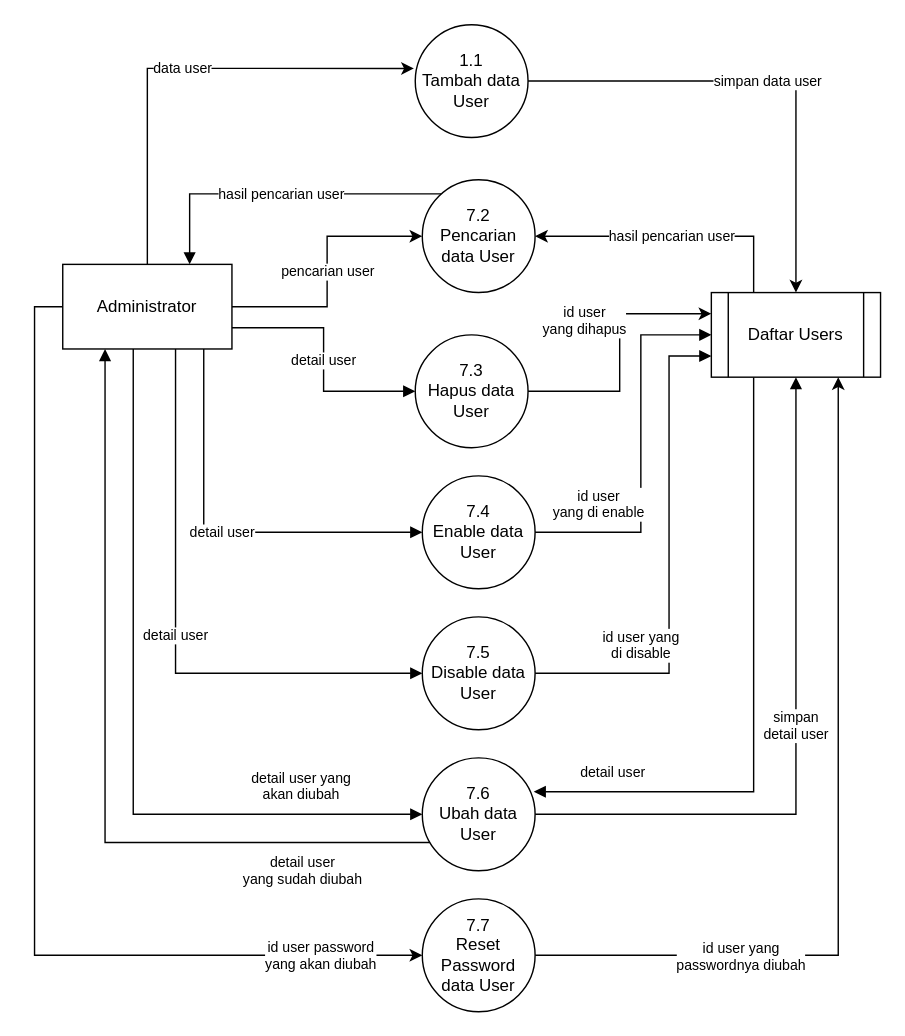
This is page "DFD lv.2 7.0" (12 of 26) of Kerjaan 2022/ERD.drawio from Mithaau/Kerjaan-2022, a draw.io file, before an edit. Source tidied: cells renumbered, new cells numbered last; positions are measured from the earlier drawing's top-left corner, leaving out a move shared by most shapes. Both pictures are drawn from the tidied source at 141%, with x=0, y=0 at pixel (34, 24).
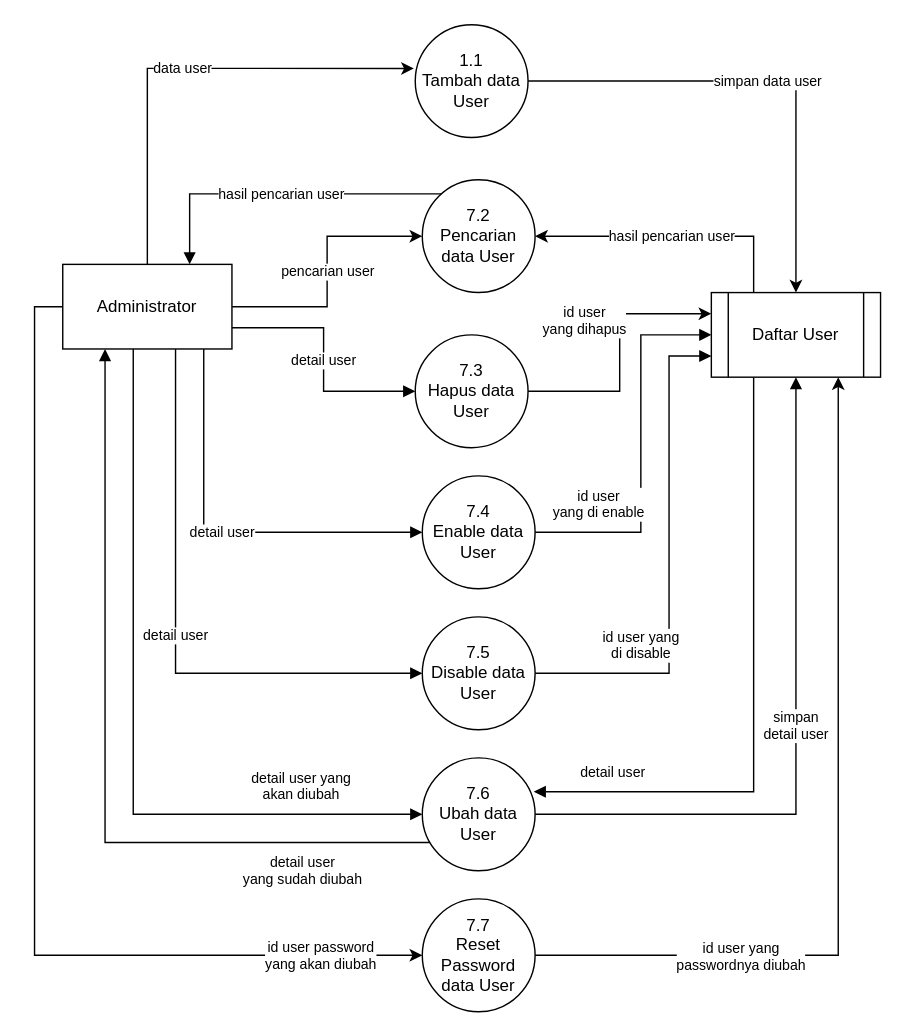
After the change.

The edit, as a diff of the source:
```diff
@@
-    <mxCell id="23" value="Daftar Users" style="shape=process;whiteSpace=wrap;html=1;backgroundOutline=1;fontSize=12;" parent="1" vertex="1">
+    <mxCell id="23" value="Daftar User" style="shape=process;whiteSpace=wrap;html=1;backgroundOutline=1;fontSize=12;" parent="1" vertex="1">
       <mxGeometry x="480" y="190" width="120" height="60" as="geometry" />
     </mxCell>
```
